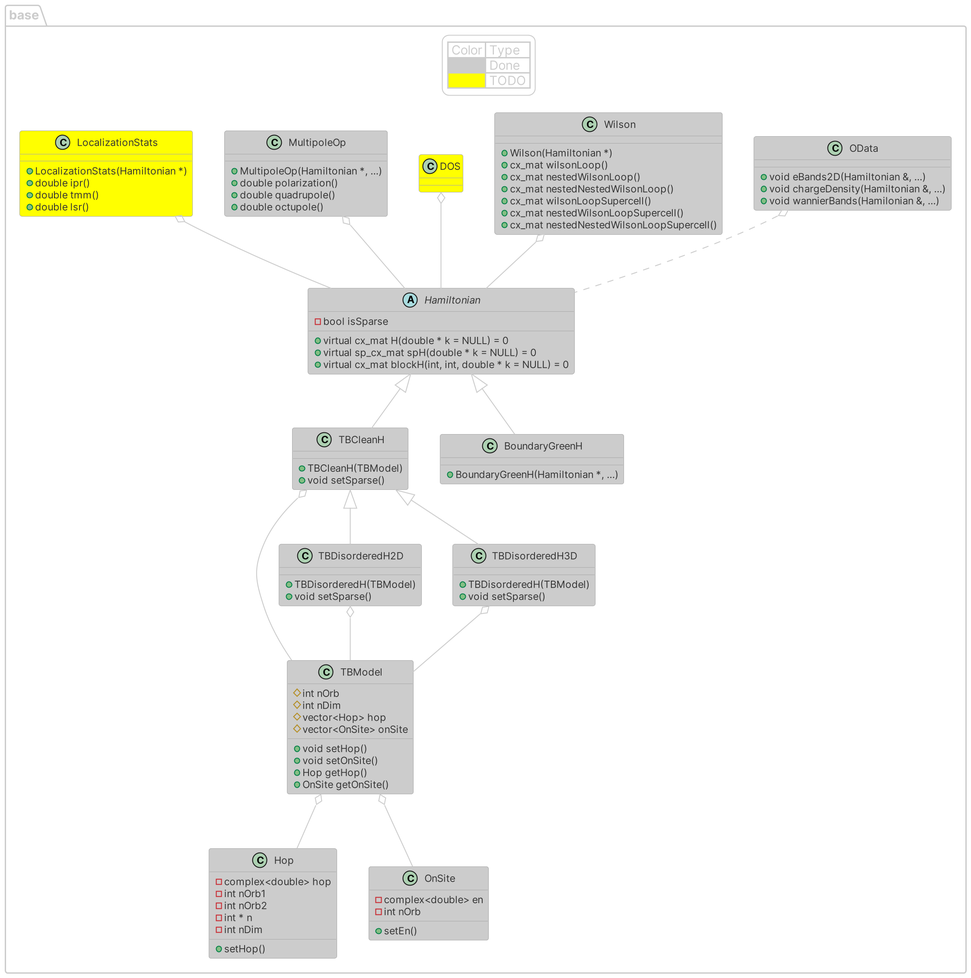
Earlier version of the PlantUML export diagram/diagram.png (Hugo-loio/TIM).
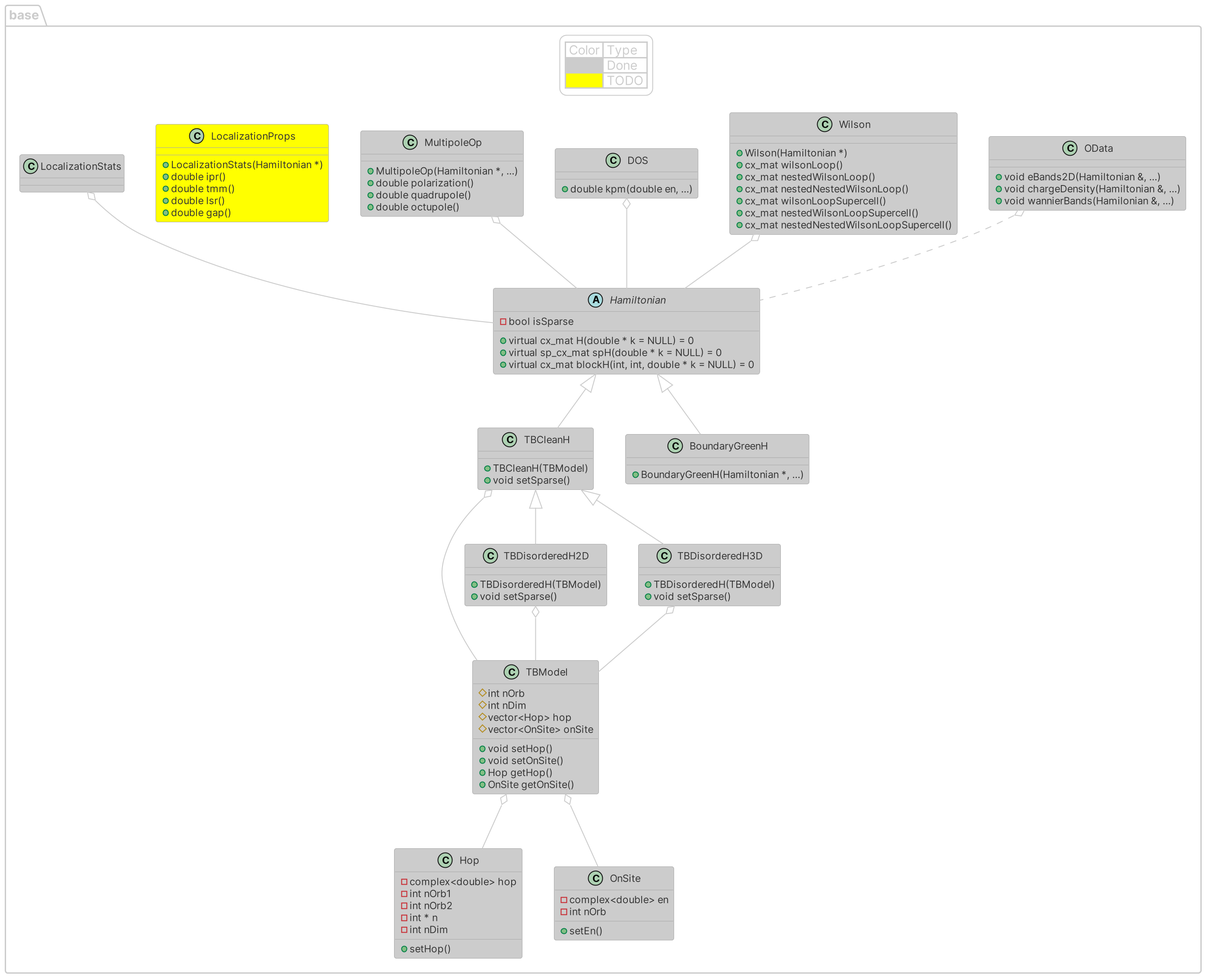
Above is the later version.

Change to the diagram source:
```diff
@@ -55,7 +55,8 @@
   + cx_mat nestedNestedWilsonLoopSupercell()
 }
 
-class DOS #yellow{
+class DOS{
+  + double kpm(double en, ...)
 }
 
 class MultipoleOp{
@@ -65,11 +66,12 @@
   + double octupole()
 }
 
-class LocalizationStats #yellow{
+class LocalizationProps #yellow{
   + LocalizationStats(Hamiltonian *)
   + double ipr()
   + double tmm()
   + double lsr()
+  + double gap()
 }
 
 class TBCleanH{
```
